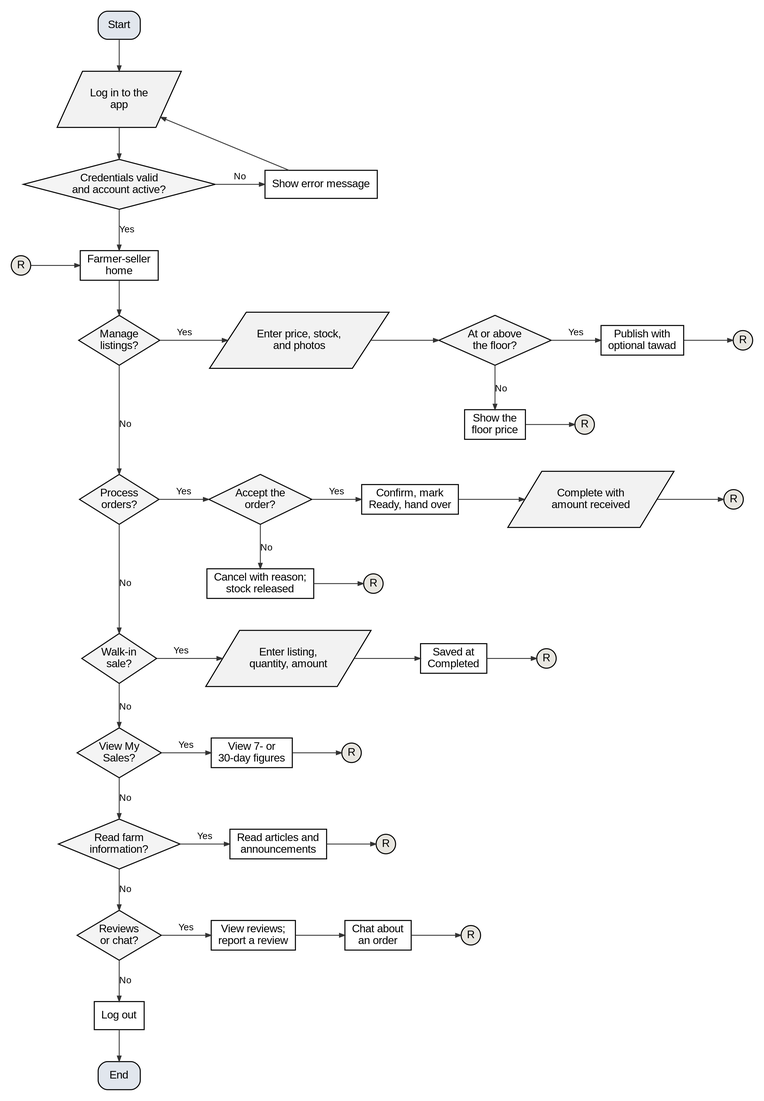
This is docs/manuscript/figures/fig5d_flow_farmer_seller.png from shawncastaneda11-commits/anihow-backend, a Graphviz export, as it was before one commit. Its source is kept beside it as docs/manuscript/figures/src/fig5d_flow_farmer_seller.dot.
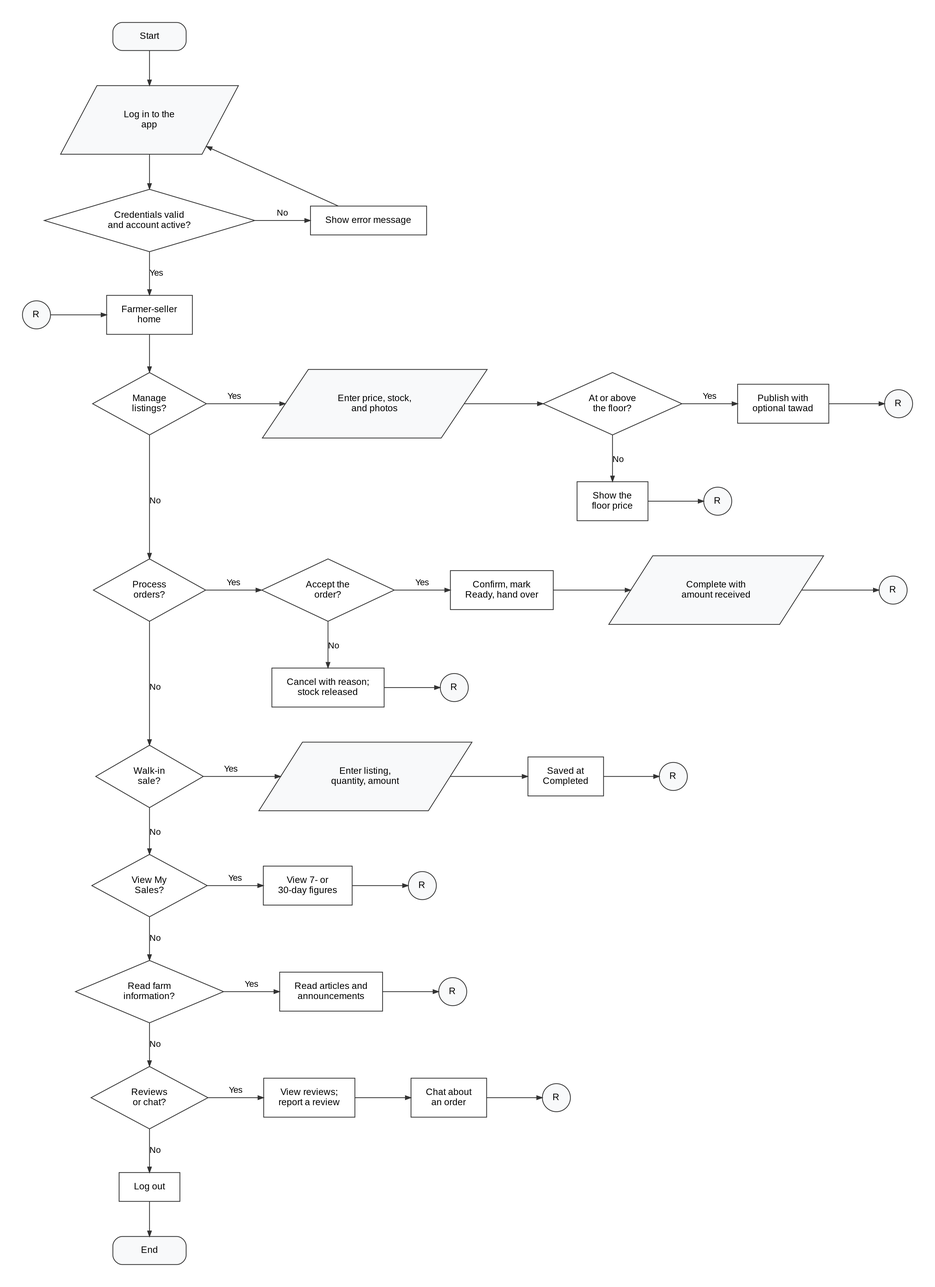
The same file after the commit.

The edit, as a diff of the source:
```diff
@@ -1,15 +1,15 @@
 digraph G {
-  graph [rankdir=TB, nodesep=0.45, ranksep=0.55, pad=0.2, fontname="Liberation Sans", newrank=true, splines=polyline];
-  node  [fontname="Liberation Sans", fontsize=14, penwidth=1.3, style=filled, fillcolor="#FFFFFF", margin="0.12,0.06"];
-  edge  [penwidth=1.1, arrowsize=0.7, color="#333333", fontname="Liberation Sans", fontsize=12];
-  s [shape=box, style="rounded,filled", fillcolor="#E1E6ED", label="Start"];
-  li [shape=parallelogram, fillcolor="#F2F2F2", label="Log in to the\napp", margin="0.02,0.04"];
-  ok [shape=diamond, fillcolor="#F4F4F4", label="Credentials valid\nand account active?", margin="0.02,0.02"];
+  graph [rankdir=TB, nodesep=0.5, ranksep=0.6, pad=0.4, fontname="Liberation Sans", newrank=true, splines=polyline, bgcolor="white"];
+  node  [fontname="Liberation Sans", fontsize=12, penwidth=1, color="#333333", style=filled, fillcolor="#FFFFFF", margin="0.26,0.16"];
+  edge  [penwidth=1, arrowsize=0.7, color="#333333", fontname="Liberation Sans", fontsize=11];
+  s [shape=box, style="rounded,filled", fillcolor="#F8F9FA", width=1.3, height=0.5, margin="0.2,0.1", label="Start"];
+  li [shape=parallelogram, fillcolor="#F8F9FA", label="Log in to the\napp", margin="0.30,0.12"];
+  ok [shape=diamond, fillcolor="#FFFFFF", label="Credentials valid\nand account active?", margin="0.20,0.10"];
   err [shape=box, label="Show error message"];
-  ain [shape=circle, width=0.35, fixedsize=true, fillcolor="#E8E6E0", label="R"];
+  ain [shape=circle, width=0.5, fixedsize=true, fillcolor="#F8F9FA", label="R"];
   home [shape=box, label="Farmer-seller\nhome"];
   lo [shape=box, label="Log out"];
-  end [shape=box, style="rounded,filled", fillcolor="#E1E6ED", label="End"];
+  end [shape=box, style="rounded,filled", fillcolor="#F8F9FA", width=1.3, height=0.5, margin="0.2,0.1", label="End"];
   s -> li;
   li -> ok;
   ok -> err [label="No"];
@@ -18,68 +18,68 @@
   ain -> home;
   {rank=same; ok err}
   {rank=same; home ain}
-  q0 [shape=diamond, fillcolor="#F4F4F4", label="Manage\nlistings?", margin="0.02,0.02"];
+  q0 [shape=diamond, fillcolor="#FFFFFF", label="Manage\nlistings?", margin="0.20,0.10"];
   home -> q0;
-  s0_0 [shape=parallelogram, fillcolor="#F2F2F2", label="Enter price, stock,\nand photos", margin="0.02,0.04"];
+  s0_0 [shape=parallelogram, fillcolor="#F8F9FA", label="Enter price, stock,\nand photos", margin="0.30,0.12"];
   q0 -> s0_0 [label="Yes"];
-  s0_1 [shape=diamond, fillcolor="#F4F4F4", label="At or above\nthe floor?", margin="0.02,0.02"];
+  s0_1 [shape=diamond, fillcolor="#FFFFFF", label="At or above\nthe floor?", margin="0.20,0.10"];
   s0_0 -> s0_1;
   a0_1 [shape=box, label="Show the\nfloor price"];
-  xa0_1 [shape=circle, width=0.35, fixedsize=true, fillcolor="#E8E6E0", label="R"];
+  xa0_1 [shape=circle, width=0.5, fixedsize=true, fillcolor="#F8F9FA", label="R"];
   s0_1 -> a0_1 [label="No"];
   a0_1 -> xa0_1;
   {rank=same; a0_1; xa0_1}
   s0_2 [shape=box, label="Publish with\noptional tawad"];
   s0_1 -> s0_2 [label="Yes"];
-  r0 [shape=circle, width=0.35, fixedsize=true, fillcolor="#E8E6E0", label="R"];
+  r0 [shape=circle, width=0.5, fixedsize=true, fillcolor="#F8F9FA", label="R"];
   s0_2 -> r0;
   {rank=same; q0; s0_0; s0_1; s0_2; r0}
-  q1 [shape=diamond, fillcolor="#F4F4F4", label="Process\norders?", margin="0.02,0.02"];
+  q1 [shape=diamond, fillcolor="#FFFFFF", label="Process\norders?", margin="0.20,0.10"];
   q0 -> q1 [label="No", minlen=2];
-  s1_0 [shape=diamond, fillcolor="#F4F4F4", label="Accept the\norder?", margin="0.02,0.02"];
+  s1_0 [shape=diamond, fillcolor="#FFFFFF", label="Accept the\norder?", margin="0.20,0.10"];
   q1 -> s1_0 [label="Yes"];
   a1_0 [shape=box, label="Cancel with reason;\nstock released"];
-  xa1_0 [shape=circle, width=0.35, fixedsize=true, fillcolor="#E8E6E0", label="R"];
+  xa1_0 [shape=circle, width=0.5, fixedsize=true, fillcolor="#F8F9FA", label="R"];
   s1_0 -> a1_0 [label="No"];
   a1_0 -> xa1_0;
   {rank=same; a1_0; xa1_0}
   s1_1 [shape=box, label="Confirm, mark\nReady, hand over"];
   s1_0 -> s1_1 [label="Yes"];
-  s1_2 [shape=parallelogram, fillcolor="#F2F2F2", label="Complete with\namount received", margin="0.02,0.04"];
+  s1_2 [shape=parallelogram, fillcolor="#F8F9FA", label="Complete with\namount received", margin="0.30,0.12"];
   s1_1 -> s1_2;
-  r1 [shape=circle, width=0.35, fixedsize=true, fillcolor="#E8E6E0", label="R"];
+  r1 [shape=circle, width=0.5, fixedsize=true, fillcolor="#F8F9FA", label="R"];
   s1_2 -> r1;
   {rank=same; q1; s1_0; s1_1; s1_2; r1}
-  q2 [shape=diamond, fillcolor="#F4F4F4", label="Walk-in\nsale?", margin="0.02,0.02"];
+  q2 [shape=diamond, fillcolor="#FFFFFF", label="Walk-in\nsale?", margin="0.20,0.10"];
   q1 -> q2 [label="No", minlen=2];
-  s2_0 [shape=parallelogram, fillcolor="#F2F2F2", label="Enter listing,\nquantity, amount", margin="0.02,0.04"];
+  s2_0 [shape=parallelogram, fillcolor="#F8F9FA", label="Enter listing,\nquantity, amount", margin="0.30,0.12"];
   q2 -> s2_0 [label="Yes"];
   s2_1 [shape=box, label="Saved at\nCompleted"];
   s2_0 -> s2_1;
-  r2 [shape=circle, width=0.35, fixedsize=true, fillcolor="#E8E6E0", label="R"];
+  r2 [shape=circle, width=0.5, fixedsize=true, fillcolor="#F8F9FA", label="R"];
   s2_1 -> r2;
   {rank=same; q2; s2_0; s2_1; r2}
-  q3 [shape=diamond, fillcolor="#F4F4F4", label="View My\nSales?", margin="0.02,0.02"];
+  q3 [shape=diamond, fillcolor="#FFFFFF", label="View My\nSales?", margin="0.20,0.10"];
   q2 -> q3 [label="No"];
   s3_0 [shape=box, label="View 7- or\n30-day figures"];
   q3 -> s3_0 [label="Yes"];
-  r3 [shape=circle, width=0.35, fixedsize=true, fillcolor="#E8E6E0", label="R"];
+  r3 [shape=circle, width=0.5, fixedsize=true, fillcolor="#F8F9FA", label="R"];
   s3_0 -> r3;
   {rank=same; q3; s3_0; r3}
-  q4 [shape=diamond, fillcolor="#F4F4F4", label="Read farm\ninformation?", margin="0.02,0.02"];
+  q4 [shape=diamond, fillcolor="#FFFFFF", label="Read farm\ninformation?", margin="0.20,0.10"];
   q3 -> q4 [label="No"];
   s4_0 [shape=box, label="Read articles and\nannouncements"];
   q4 -> s4_0 [label="Yes"];
-  r4 [shape=circle, width=0.35, fixedsize=true, fillcolor="#E8E6E0", label="R"];
+  r4 [shape=circle, width=0.5, fixedsize=true, fillcolor="#F8F9FA", label="R"];
   s4_0 -> r4;
   {rank=same; q4; s4_0; r4}
-  q5 [shape=diamond, fillcolor="#F4F4F4", label="Reviews\nor chat?", margin="0.02,0.02"];
+  q5 [shape=diamond, fillcolor="#FFFFFF", label="Reviews\nor chat?", margin="0.20,0.10"];
   q4 -> q5 [label="No"];
   s5_0 [shape=box, label="View reviews;\nreport a review"];
   q5 -> s5_0 [label="Yes"];
   s5_1 [shape=box, label="Chat about\nan order"];
   s5_0 -> s5_1;
-  r5 [shape=circle, width=0.35, fixedsize=true, fillcolor="#E8E6E0", label="R"];
+  r5 [shape=circle, width=0.5, fixedsize=true, fillcolor="#F8F9FA", label="R"];
   s5_1 -> r5;
   {rank=same; q5; s5_0; s5_1; r5}
   q5 -> lo [label="No"];
```
